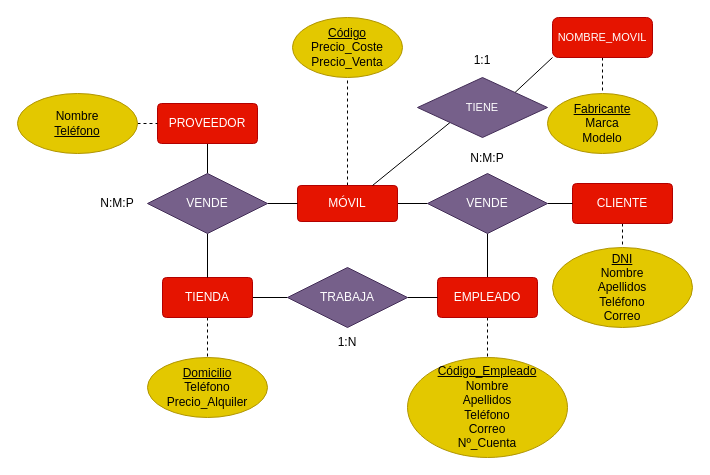
Earlier version of the draw.io diagram Ejercicio4_Tema1.drawio (antonionavarro04/diagramas). Source tidied: cells renumbered, new cells numbered last; positions are measured from the earlier drawing's top-left corner, leaving out a move shared by most shapes. Both pictures are drawn from the tidied source at 100%, with x=0, y=0 at pixel (17, 17).
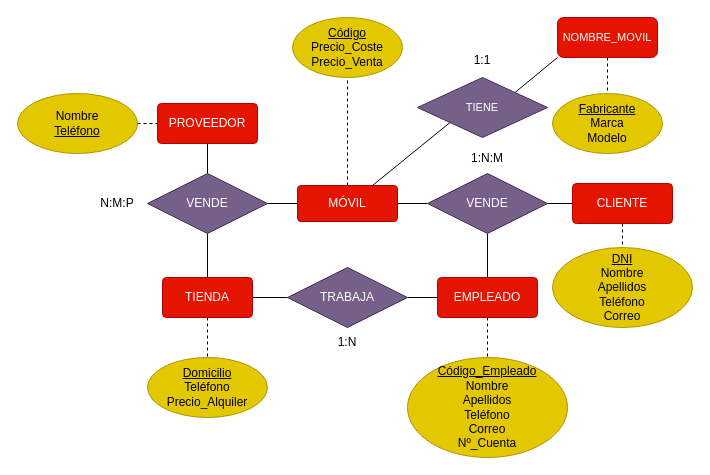
Above is the later version.

What changed in the source:
```diff
@@
-    <mxCell id="28" value="N:M:P" style="text;html=1;strokeColor=none;fillColor=none;align=center;verticalAlign=middle;whiteSpace=wrap;rounded=0;" parent="1" vertex="1">
+    <mxCell id="28" value="1:N:M" style="text;html=1;strokeColor=none;fillColor=none;align=center;verticalAlign=middle;whiteSpace=wrap;rounded=0;" parent="1" vertex="1">
       <mxGeometry x="440" y="126" width="60" height="30" as="geometry" />
     </mxCell>
@@
     <mxCell id="33" value="NOMBRE_MOVIL" style="rounded=1;whiteSpace=wrap;html=1;strokeWidth=1;fontSize=11;fillColor=#e51400;strokeColor=#B20000;fontColor=#ffffff;" parent="1" vertex="1">
-      <mxGeometry x="535" width="100" height="40" as="geometry" />
+      <mxGeometry x="540" width="100" height="40" as="geometry" />
     </mxCell>
@@
     <mxCell id="36" value="&lt;u&gt;Fabricante&lt;/u&gt;&lt;br&gt;Marca&lt;br&gt;Modelo" style="ellipse;whiteSpace=wrap;html=1;align=center;rounded=0;fillColor=#e3c800;strokeColor=#B09500;fontColor=#000000;" parent="1" vertex="1">
-      <mxGeometry x="530" y="76" width="110" height="60" as="geometry" />
+      <mxGeometry x="535" y="76" width="110" height="60" as="geometry" />
     </mxCell>
```
